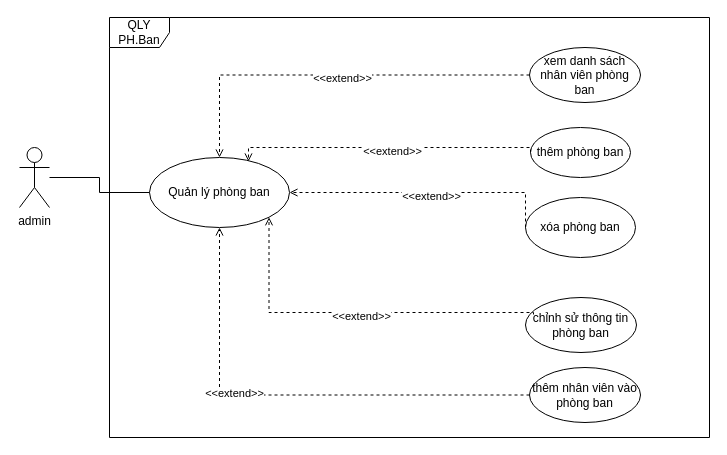
This is PhòngBan.drawio from hoangda24312/Group4-DesigningSystem, a draw.io file, before an edit. Source tidied: cells renumbered, new cells numbered last; positions are measured from the earlier drawing's top-left corner, leaving out a move shared by most shapes. Both pictures are drawn from the tidied source at 100%, with x=0, y=0 at pixel (19, 17).
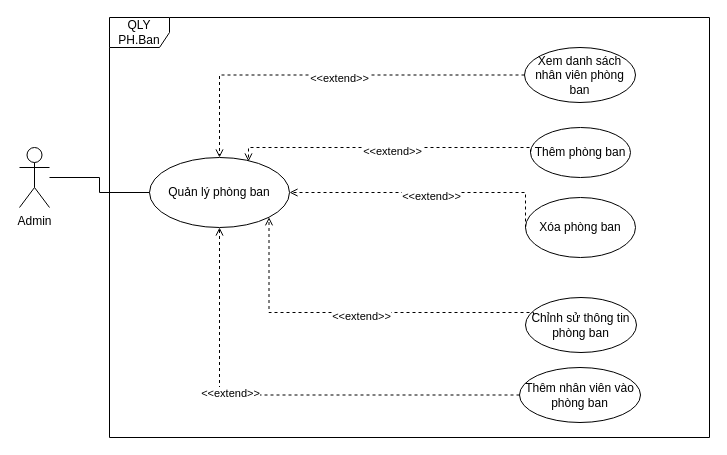
The same diagram, later.

What changed in the source:
```diff
@@
-    <mxCell id="2" value="xóa phòng ban" style="ellipse;whiteSpace=wrap;html=1;" parent="1" vertex="1">
+    <mxCell id="2" value="Xóa phòng ban" style="ellipse;whiteSpace=wrap;html=1;" parent="1" vertex="1">
       <mxGeometry x="506" y="180" width="110" height="60" as="geometry" />
     </mxCell>
-    <mxCell id="3" value="thêm phòng ban" style="ellipse;whiteSpace=wrap;html=1;" parent="1" vertex="1">
+    <mxCell id="3" value="Thêm phòng ban" style="ellipse;whiteSpace=wrap;html=1;" parent="1" vertex="1">
       <mxGeometry x="511" y="110" width="100" height="50" as="geometry" />
     </mxCell>
-    <mxCell id="4" value="chỉnh sử thông tin phòng ban" style="ellipse;whiteSpace=wrap;html=1;" parent="1" vertex="1">
+    <mxCell id="4" value="Chỉnh sử thông tin phòng ban" style="ellipse;whiteSpace=wrap;html=1;" parent="1" vertex="1">
       <mxGeometry x="506" y="280" width="111" height="55" as="geometry" />
     </mxCell>
@@
-    <mxCell id="8" value="admin" style="shape=umlActor;verticalLabelPosition=bottom;verticalAlign=top;html=1;outlineConnect=0;" parent="1" vertex="1">
+    <mxCell id="8" value="Admin" style="shape=umlActor;verticalLabelPosition=bottom;verticalAlign=top;html=1;outlineConnect=0;" parent="1" vertex="1">
       <mxGeometry y="130" width="30" height="60" as="geometry" />
     </mxCell>
@@
-    <mxCell id="11" value="xem danh sách nhân viên phòng ban" style="ellipse;whiteSpace=wrap;html=1;" parent="1" vertex="1">
-      <mxGeometry x="510" y="30" width="111" height="55" as="geometry" />
+    <mxCell id="11" value="Xem danh sách nhân viên phòng ban" style="ellipse;whiteSpace=wrap;html=1;" parent="1" vertex="1">
+      <mxGeometry x="505" y="30" width="111" height="55" as="geometry" />
     </mxCell>
@@
-    <mxCell id="14" value="thêm nhân viên vào phòng ban" style="ellipse;whiteSpace=wrap;html=1;" parent="1" vertex="1">
-      <mxGeometry x="510" y="350" width="111" height="55" as="geometry" />
+    <mxCell id="14" value="Thêm nhân viên vào phòng ban" style="ellipse;whiteSpace=wrap;html=1;" parent="1" vertex="1">
+      <mxGeometry x="500" y="350" width="121" height="55" as="geometry" />
     </mxCell>
```
